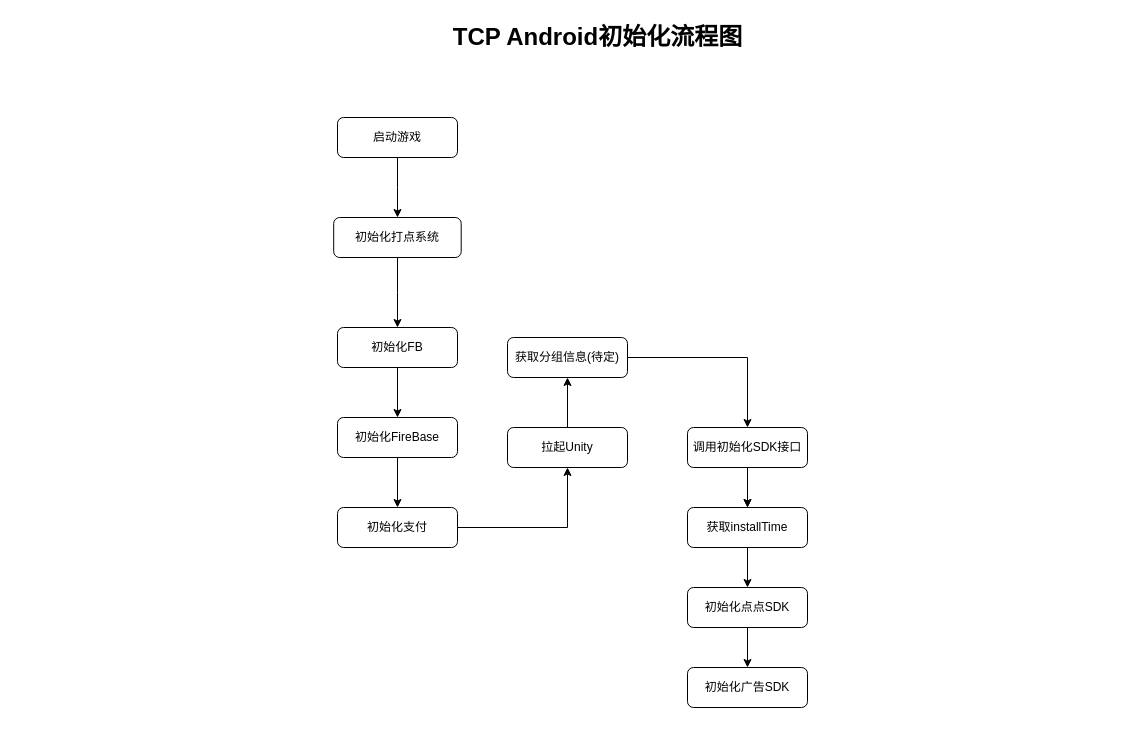
This is TCPLaunch.drawio from zhoushiyurop/work-dd, a draw.io file, before an edit. Source tidied: cells renumbered, new cells numbered last; positions are measured from the earlier drawing's top-left corner, leaving out a move shared by most shapes. Both pictures are drawn from the tidied source at 100%, with x=0, y=0 at pixel (333, 17).
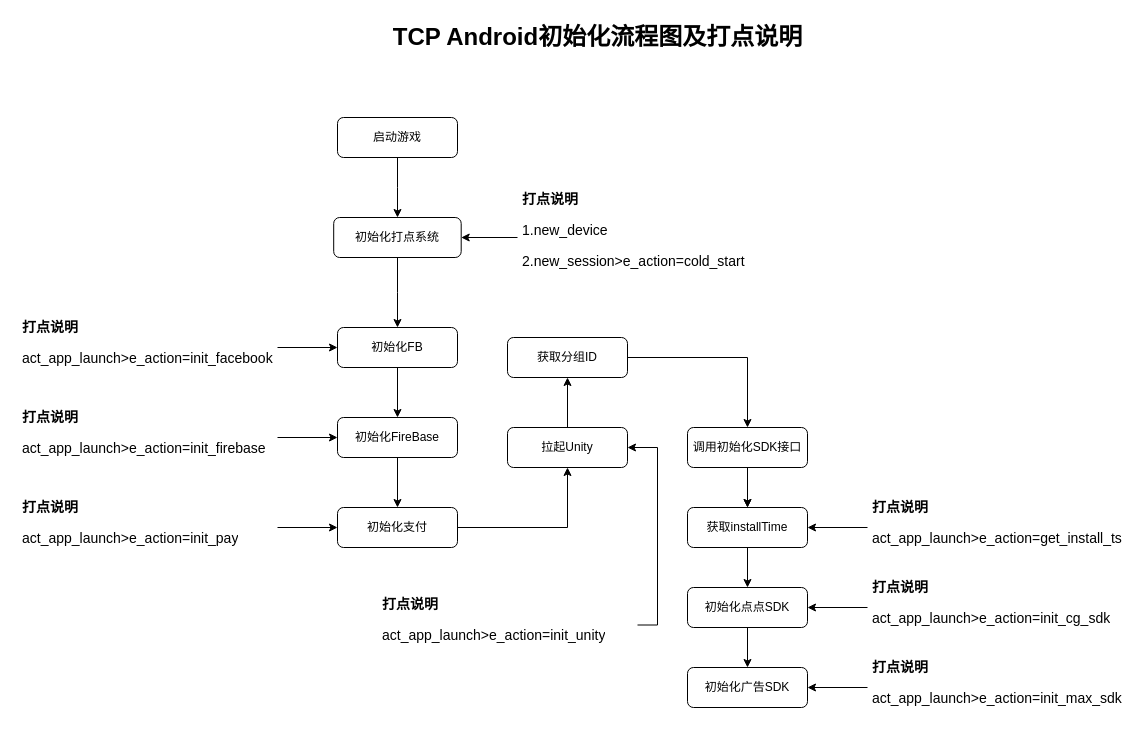
The same diagram, later.

Unchanged cells that the change refers to:
```xml
<mxCell id="3" value="初始化FB" style="rounded=1;whiteSpace=wrap;html=1;fontSize=12;glass=0;strokeWidth=1;shadow=0;" parent="1" vertex="1">
  <mxGeometry x="4" y="310" width="120" height="40" as="geometry" />
</mxCell>
<mxCell id="5" value="初始化FireBase" style="rounded=1;whiteSpace=wrap;html=1;fontSize=12;glass=0;strokeWidth=1;shadow=0;" parent="1" vertex="1">
  <mxGeometry x="4" y="400" width="120" height="40" as="geometry" />
</mxCell>
<mxCell id="8" value="初始化支付" style="rounded=1;whiteSpace=wrap;html=1;fontSize=12;glass=0;strokeWidth=1;shadow=0;" parent="1" vertex="1">
  <mxGeometry x="4" y="490" width="120" height="40" as="geometry" />
</mxCell>
<mxCell id="10" value="拉起Unity" style="rounded=1;whiteSpace=wrap;html=1;fontSize=12;glass=0;strokeWidth=1;shadow=0;" parent="1" vertex="1">
  <mxGeometry x="174" y="410" width="120" height="40" as="geometry" />
</mxCell>
<mxCell id="15" value="获取installTime" style="rounded=1;whiteSpace=wrap;html=1;fontSize=12;glass=0;strokeWidth=1;shadow=0;" parent="1" vertex="1">
  <mxGeometry x="354" y="490" width="120" height="40" as="geometry" />
</mxCell>
<mxCell id="17" value="初始化点点SDK" style="rounded=1;whiteSpace=wrap;html=1;fontSize=12;glass=0;strokeWidth=1;shadow=0;" parent="1" vertex="1">
  <mxGeometry x="354" y="570" width="120" height="40" as="geometry" />
</mxCell>
<mxCell id="18" value="初始化广告SDK" style="rounded=1;whiteSpace=wrap;html=1;fontSize=12;glass=0;strokeWidth=1;shadow=0;" parent="1" vertex="1">
  <mxGeometry x="354" y="650" width="120" height="40" as="geometry" />
</mxCell>
<mxCell id="24" value="初始化打点系统" style="rounded=1;whiteSpace=wrap;html=1;fontSize=12;glass=0;strokeWidth=1;shadow=0;" parent="1" vertex="1">
  <mxGeometry x="0.2" y="200" width="127.5" height="40" as="geometry" />
</mxCell>
```

Change to the diagram source:
```diff
@@
-    <mxCell id="6" value="TCP Android初始化流程图" style="text;strokeColor=none;fillColor=none;html=1;fontSize=24;fontStyle=1;verticalAlign=middle;align=center;" parent="1" vertex="1">
+    <mxCell id="6" value="TCP Android初始化流程图及打点说明" style="text;strokeColor=none;fillColor=none;html=1;fontSize=24;fontStyle=1;verticalAlign=middle;align=center;" parent="1" vertex="1">
       <mxGeometry x="214" width="100" height="40" as="geometry" />
     </mxCell>
@@
-    <mxCell id="20" value="获取分组信息(待定)" style="rounded=1;whiteSpace=wrap;html=1;fontSize=12;glass=0;strokeWidth=1;shadow=0;" parent="1" vertex="1">
+    <mxCell id="20" value="获取分组ID" style="rounded=1;whiteSpace=wrap;html=1;fontSize=12;glass=0;strokeWidth=1;shadow=0;" parent="1" vertex="1">
       <mxGeometry x="174" y="320" width="120" height="40" as="geometry" />
     </mxCell>
@@
+    <mxCell id="25" style="edgeStyle=orthogonalEdgeStyle;rounded=0;jettySize=auto;html=1;entryX=1;entryY=0.5;entryDx=0;entryDy=0;fontSize=14;" parent="1" edge="1" source="26" target="24">
+      <mxGeometry relative="1" as="geometry" />
+    </mxCell>
+    <mxCell id="26" value="&lt;h1 style=&quot;font-size: 14px;&quot;&gt;&lt;font style=&quot;font-size: 14px;&quot;&gt;打点说明&lt;/font&gt;&lt;/h1&gt;&lt;p style=&quot;font-size: 14px;&quot;&gt;1.new_device&lt;/p&gt;&lt;p style=&quot;font-size: 14px;&quot;&gt;2.new_session&amp;gt;e_action=cold_start&lt;/p&gt;" style="text;html=1;strokeColor=none;fillColor=none;spacing=5;spacingTop=-20;whiteSpace=wrap;overflow=hidden;rounded=0;" parent="1" vertex="1">
+      <mxGeometry x="184" y="175" width="235" height="90" as="geometry" />
+    </mxCell>
+    <mxCell id="27" style="edgeStyle=orthogonalEdgeStyle;rounded=0;jettySize=auto;html=1;entryX=0;entryY=0.5;entryDx=0;entryDy=0;fontSize=14;" parent="1" edge="1" source="28" target="3">
+      <mxGeometry relative="1" as="geometry" />
+    </mxCell>
+    <mxCell id="28" value="&lt;h1 style=&quot;font-size: 14px;&quot;&gt;&lt;font style=&quot;font-size: 14px;&quot;&gt;打点说明&lt;/font&gt;&lt;/h1&gt;&lt;p style=&quot;font-size: 14px;&quot;&gt;act_app_launch&amp;gt;e_action=init_facebook&lt;/p&gt;" style="text;html=1;strokeColor=none;fillColor=none;spacing=5;spacingTop=-20;whiteSpace=wrap;overflow=hidden;rounded=0;" parent="1" vertex="1">
+      <mxGeometry x="-316" y="302.5" width="260" height="55" as="geometry" />
+    </mxCell>
+    <mxCell id="29" style="edgeStyle=orthogonalEdgeStyle;rounded=0;jettySize=auto;html=1;entryX=0;entryY=0.5;entryDx=0;entryDy=0;fontSize=14;" parent="1" edge="1" source="30" target="5">
+      <mxGeometry relative="1" as="geometry" />
+    </mxCell>
+    <mxCell id="30" value="&lt;h1 style=&quot;font-size: 14px;&quot;&gt;&lt;font style=&quot;font-size: 14px;&quot;&gt;打点说明&lt;/font&gt;&lt;/h1&gt;&lt;p style=&quot;font-size: 14px;&quot;&gt;act_app_launch&amp;gt;e_action=init_firebase&lt;/p&gt;" style="text;html=1;strokeColor=none;fillColor=none;spacing=5;spacingTop=-20;whiteSpace=wrap;overflow=hidden;rounded=0;" parent="1" vertex="1">
+      <mxGeometry x="-316" y="392.5" width="260" height="55" as="geometry" />
+    </mxCell>
+    <mxCell id="31" style="edgeStyle=orthogonalEdgeStyle;rounded=0;jettySize=auto;html=1;entryX=0;entryY=0.5;entryDx=0;entryDy=0;fontSize=14;" parent="1" edge="1" source="32" target="8">
+      <mxGeometry relative="1" as="geometry" />
+    </mxCell>
+    <mxCell id="32" value="&lt;h1 style=&quot;font-size: 14px;&quot;&gt;&lt;font style=&quot;font-size: 14px;&quot;&gt;打点说明&lt;/font&gt;&lt;/h1&gt;&lt;p style=&quot;font-size: 14px;&quot;&gt;act_app_launch&amp;gt;e_action=init_pay&lt;/p&gt;" style="text;html=1;strokeColor=none;fillColor=none;spacing=5;spacingTop=-20;whiteSpace=wrap;overflow=hidden;rounded=0;" parent="1" vertex="1">
+      <mxGeometry x="-316" y="482.5" width="260" height="55" as="geometry" />
+    </mxCell>
+    <mxCell id="33" style="edgeStyle=orthogonalEdgeStyle;rounded=0;jettySize=auto;html=1;entryX=1;entryY=0.5;entryDx=0;entryDy=0;fontSize=14;" parent="1" edge="1" source="34" target="10">
+      <mxGeometry relative="1" as="geometry">
+        <Array as="points">
+          <mxPoint x="324" y="608" />
+          <mxPoint x="324" y="430" />
+        </Array>
+      </mxGeometry>
+    </mxCell>
+    <mxCell id="34" value="&lt;h1 style=&quot;font-size: 14px;&quot;&gt;&lt;font style=&quot;font-size: 14px;&quot;&gt;打点说明&lt;/font&gt;&lt;/h1&gt;&lt;p style=&quot;font-size: 14px;&quot;&gt;act_app_launch&amp;gt;e_action=init_unity&lt;/p&gt;" style="text;html=1;strokeColor=none;fillColor=none;spacing=5;spacingTop=-20;whiteSpace=wrap;overflow=hidden;rounded=0;" parent="1" vertex="1">
+      <mxGeometry x="44" y="580" width="260" height="55" as="geometry" />
+    </mxCell>
+    <mxCell id="35" style="edgeStyle=orthogonalEdgeStyle;rounded=0;jettySize=auto;html=1;fontSize=14;" parent="1" edge="1" source="36" target="15">
+      <mxGeometry relative="1" as="geometry" />
+    </mxCell>
+    <mxCell id="36" value="&lt;h1 style=&quot;font-size: 14px;&quot;&gt;&lt;font style=&quot;font-size: 14px;&quot;&gt;打点说明&lt;/font&gt;&lt;/h1&gt;&lt;p style=&quot;font-size: 14px;&quot;&gt;act_app_launch&amp;gt;e_action=get_install_ts&lt;/p&gt;" style="text;html=1;strokeColor=none;fillColor=none;spacing=5;spacingTop=-20;whiteSpace=wrap;overflow=hidden;rounded=0;" parent="1" vertex="1">
+      <mxGeometry x="534" y="482.5" width="260" height="55" as="geometry" />
+    </mxCell>
+    <mxCell id="37" style="edgeStyle=orthogonalEdgeStyle;rounded=0;jettySize=auto;html=1;entryX=1;entryY=0.5;entryDx=0;entryDy=0;fontSize=14;" parent="1" edge="1" source="38" target="17">
+      <mxGeometry relative="1" as="geometry" />
+    </mxCell>
+    <mxCell id="38" value="&lt;h1 style=&quot;font-size: 14px;&quot;&gt;&lt;font style=&quot;font-size: 14px;&quot;&gt;打点说明&lt;/font&gt;&lt;/h1&gt;&lt;p style=&quot;font-size: 14px;&quot;&gt;act_app_launch&amp;gt;e_action=init_cg_sdk&lt;/p&gt;" style="text;html=1;strokeColor=none;fillColor=none;spacing=5;spacingTop=-20;whiteSpace=wrap;overflow=hidden;rounded=0;" parent="1" vertex="1">
+      <mxGeometry x="534" y="562.5" width="260" height="55" as="geometry" />
+    </mxCell>
+    <mxCell id="39" style="edgeStyle=orthogonalEdgeStyle;rounded=0;jettySize=auto;html=1;entryX=1;entryY=0.5;entryDx=0;entryDy=0;fontSize=14;" parent="1" edge="1" source="40" target="18">
+      <mxGeometry relative="1" as="geometry" />
+    </mxCell>
+    <mxCell id="40" value="&lt;h1 style=&quot;font-size: 14px;&quot;&gt;&lt;font style=&quot;font-size: 14px;&quot;&gt;打点说明&lt;/font&gt;&lt;/h1&gt;&lt;p style=&quot;font-size: 14px;&quot;&gt;act_app_launch&amp;gt;e_action=init_max_sdk&lt;/p&gt;" style="text;html=1;strokeColor=none;fillColor=none;spacing=5;spacingTop=-20;whiteSpace=wrap;overflow=hidden;rounded=0;" parent="1" vertex="1">
+      <mxGeometry x="534" y="642.5" width="260" height="55" as="geometry" />
+    </mxCell>
```
